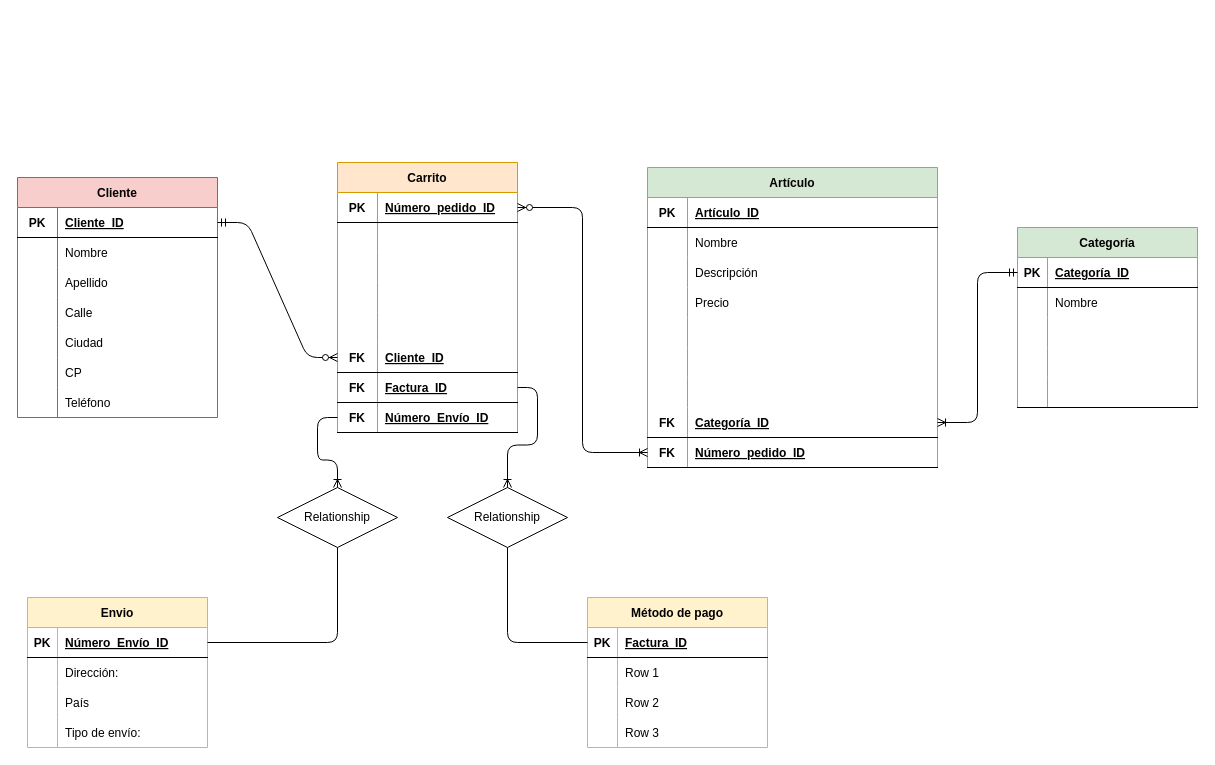
Earlier version of the draw.io diagram Untitled Diagram.drawio (fabrikolof/jap_repository). Source tidied: cells renumbered, new cells numbered last; positions are measured from the earlier drawing's top-left corner, leaving out a move shared by most shapes. Both pictures are drawn from the tidied source at 100%, with x=0, y=0 at pixel (17, 162).
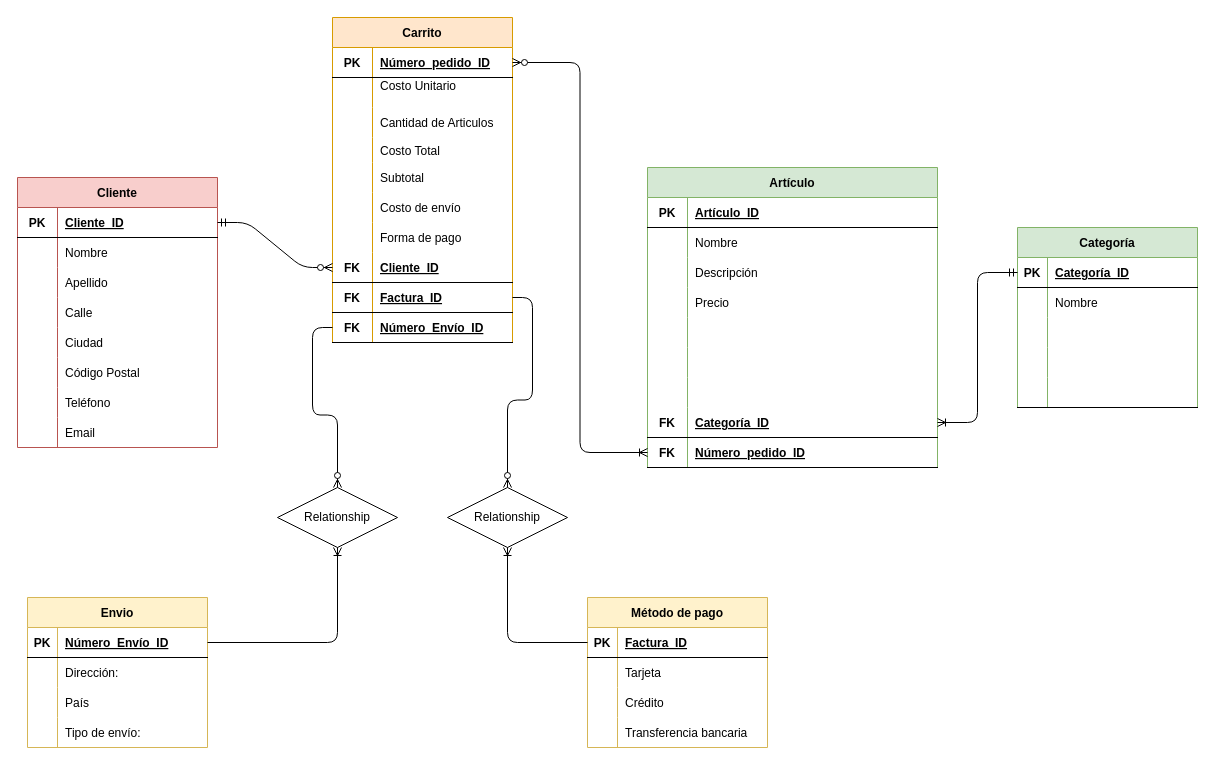
After the change.

Unchanged cells that the change refers to:
```xml
<mxCell id="18" style="shape=partialRectangle;fillColor=none;top=0;left=0;bottom=0;right=0;" parent="2" vertex="1">
  <mxGeometry y="180" width="200" height="30" as="geometry" />
</mxCell>
<mxCell id="56" style="shape=partialRectangle;fillColor=none;top=0;left=0;bottom=0;right=0;" parent="52" vertex="1">
  <mxGeometry y="60" width="180" height="30" as="geometry" />
</mxCell>
<mxCell id="59" style="shape=partialRectangle;fillColor=none;top=0;left=0;bottom=0;right=0;" parent="52" vertex="1">
  <mxGeometry y="90" width="180" height="30" as="geometry" />
</mxCell>
<mxCell id="94" style="shape=partialRectangle;fillColor=none;top=0;left=0;bottom=1;right=0;points=[[0,0.5],[1,0.5]];portConstraint=eastwest;" parent="93" vertex="1">
  <mxGeometry y="30" width="180" height="30" as="geometry" />
</mxCell>
<mxCell id="107" style="shape=partialRectangle;fillColor=none;top=0;left=0;bottom=1;right=0;points=[[0,0.5],[1,0.5]];portConstraint=eastwest;" parent="106" vertex="1">
  <mxGeometry y="30" width="180" height="30" as="geometry" />
</mxCell>
<mxCell id="110" style="shape=partialRectangle;fillColor=none;top=0;left=0;bottom=0;right=0;" parent="106" vertex="1">
  <mxGeometry y="60" width="180" height="30" as="geometry" />
</mxCell>
<mxCell id="113" style="shape=partialRectangle;fillColor=none;top=0;left=0;bottom=0;right=0;" parent="106" vertex="1">
  <mxGeometry y="90" width="180" height="30" as="geometry" />
</mxCell>
<mxCell id="116" style="shape=partialRectangle;fillColor=none;top=0;left=0;bottom=0;right=0;" parent="106" vertex="1">
  <mxGeometry y="120" width="180" height="30" as="geometry" />
</mxCell>
<mxCell id="125" value="Relationship" style="shape=rhombus;perimeter=rhombusPerimeter;whiteSpace=wrap;html=1;align=center;fillColor=none;gradientColor=none;" parent="1" vertex="1">
  <mxGeometry x="430" y="325" width="120" height="60" as="geometry" />
</mxCell>
<mxCell id="127" value="Relationship" style="shape=rhombus;perimeter=rhombusPerimeter;whiteSpace=wrap;html=1;align=center;fillColor=none;gradientColor=none;" parent="1" vertex="1">
  <mxGeometry x="260" y="325" width="120" height="60" as="geometry" />
</mxCell>
```

The edit, as a diff of the source:
```diff
@@
     <mxCell id="2" value="Cliente" style="shape=table;startSize=30;childLayout=tableLayout;rowLines=0;fontStyle=1;align=center;fillColor=#f8cecc;strokeColor=#b85450;" parent="1" vertex="1">
-      <mxGeometry y="15" width="200" height="240" as="geometry" />
+      <mxGeometry y="15" width="200" height="270" as="geometry" />
     </mxCell>
@@
-    <mxCell id="20" value="CP" style="shape=partialRectangle;fillColor=none;top=0;left=0;bottom=0;right=0;align=left;spacingLeft=6;overflow=hidden;" parent="18" vertex="1">
+    <mxCell id="20" value="Código Postal" style="shape=partialRectangle;fillColor=none;top=0;left=0;bottom=0;right=0;align=left;spacingLeft=6;overflow=hidden;" parent="18" vertex="1">
       <mxGeometry x="40" width="160" height="30" as="geometry" />
     </mxCell>
@@
+    <mxCell id="128" style="shape=partialRectangle;fillColor=none;top=0;left=0;bottom=0;right=0;" parent="2" vertex="1">
+      <mxGeometry y="240" width="200" height="30" as="geometry" />
+    </mxCell>
+    <mxCell id="129" style="shape=partialRectangle;fillColor=none;top=0;left=0;bottom=0;right=0;overflow=hidden;" parent="128" vertex="1">
+      <mxGeometry width="40" height="30" as="geometry" />
+    </mxCell>
+    <mxCell id="130" value="Email" style="shape=partialRectangle;fillColor=none;top=0;left=0;bottom=0;right=0;align=left;spacingLeft=6;overflow=hidden;" parent="128" vertex="1">
+      <mxGeometry x="40" width="160" height="30" as="geometry" />
+    </mxCell>
@@
     <mxCell id="52" value="Carrito" style="shape=table;startSize=30;childLayout=tableLayout;rowLines=0;fontStyle=1;align=center;fillColor=#ffe6cc;strokeColor=#d79b00;" parent="1" vertex="1">
-      <mxGeometry x="320" width="180" height="270" as="geometry" />
+      <mxGeometry x="315" y="-145" width="180" height="325" as="geometry" />
     </mxCell>
@@
-    <mxCell id="58" style="shape=partialRectangle;fillColor=none;top=0;left=0;bottom=0;right=0;align=left;spacingLeft=6;overflow=hidden;" parent="56" vertex="1">
+    <mxCell id="58" value="Costo Unitario&#10;" style="shape=partialRectangle;fillColor=none;top=0;left=0;bottom=0;right=0;align=left;spacingLeft=6;overflow=hidden;" parent="56" vertex="1">
       <mxGeometry x="40" width="140" height="30" as="geometry" />
     </mxCell>
@@
-    <mxCell id="61" style="shape=partialRectangle;fillColor=none;top=0;left=0;bottom=0;right=0;align=left;spacingLeft=6;overflow=hidden;" parent="59" vertex="1">
+    <mxCell id="61" value="Cantidad de Articulos" style="shape=partialRectangle;fillColor=none;top=0;left=0;bottom=0;right=0;align=left;spacingLeft=6;overflow=hidden;" parent="59" vertex="1">
       <mxGeometry x="40" width="140" height="30" as="geometry" />
     </mxCell>
     <mxCell id="62" style="shape=partialRectangle;fillColor=none;top=0;left=0;bottom=0;right=0;" parent="52" vertex="1">
-      <mxGeometry y="120" width="180" height="30" as="geometry" />
+      <mxGeometry y="120" width="180" height="25" as="geometry" />
     </mxCell>
     <mxCell id="63" style="shape=partialRectangle;fillColor=none;top=0;left=0;bottom=0;right=0;overflow=hidden;" parent="62" vertex="1">
-      <mxGeometry width="40" height="30" as="geometry" />
+      <mxGeometry width="40" height="25" as="geometry" />
     </mxCell>
-    <mxCell id="64" style="shape=partialRectangle;fillColor=none;top=0;left=0;bottom=0;right=0;align=left;spacingLeft=6;overflow=hidden;" parent="62" vertex="1">
-      <mxGeometry x="40" width="140" height="30" as="geometry" />
+    <mxCell id="64" value="Costo Total" style="shape=partialRectangle;fillColor=none;top=0;left=0;bottom=0;right=0;align=left;spacingLeft=6;overflow=hidden;" parent="62" vertex="1">
+      <mxGeometry x="40" width="140" height="25" as="geometry" />
     </mxCell>
+    <mxCell id="131" style="shape=partialRectangle;fillColor=none;top=0;left=0;bottom=0;right=0;" parent="52" vertex="1">
+      <mxGeometry y="145" width="180" height="30" as="geometry" />
+    </mxCell>
+    <mxCell id="132" style="shape=partialRectangle;fillColor=none;top=0;left=0;bottom=0;right=0;overflow=hidden;" parent="131" vertex="1">
+      <mxGeometry width="40" height="30" as="geometry" />
+    </mxCell>
+    <mxCell id="133" value="Subtotal" style="shape=partialRectangle;fillColor=none;top=0;left=0;bottom=0;right=0;align=left;spacingLeft=6;overflow=hidden;" parent="131" vertex="1">
+      <mxGeometry x="40" width="140" height="30" as="geometry" />
+    </mxCell>
     <mxCell id="65" style="shape=partialRectangle;fillColor=none;top=0;left=0;bottom=0;right=0;" parent="52" vertex="1">
-      <mxGeometry y="150" width="180" height="30" as="geometry" />
+      <mxGeometry y="175" width="180" height="30" as="geometry" />
     </mxCell>
@@
-    <mxCell id="67" style="shape=partialRectangle;fillColor=none;top=0;left=0;bottom=0;right=0;align=left;spacingLeft=6;overflow=hidden;" parent="65" vertex="1">
+    <mxCell id="67" value="Costo de envío" style="shape=partialRectangle;fillColor=none;top=0;left=0;bottom=0;right=0;align=left;spacingLeft=6;overflow=hidden;" parent="65" vertex="1">
       <mxGeometry x="40" width="140" height="30" as="geometry" />
     </mxCell>
+    <mxCell id="134" style="shape=partialRectangle;fillColor=none;top=0;left=0;bottom=0;right=0;" parent="52" vertex="1">
+      <mxGeometry y="205" width="180" height="30" as="geometry" />
+    </mxCell>
+    <mxCell id="135" style="shape=partialRectangle;fillColor=none;top=0;left=0;bottom=0;right=0;overflow=hidden;" parent="134" vertex="1">
+      <mxGeometry width="40" height="30" as="geometry" />
+    </mxCell>
+    <mxCell id="136" value="Forma de pago" style="shape=partialRectangle;fillColor=none;top=0;left=0;bottom=0;right=0;align=left;spacingLeft=6;overflow=hidden;" parent="134" vertex="1">
+      <mxGeometry x="40" width="140" height="30" as="geometry" />
+    </mxCell>
     <mxCell id="68" style="shape=partialRectangle;fillColor=none;top=0;left=0;bottom=1;right=0;points=[[0,0.5],[1,0.5]];portConstraint=eastwest;" parent="52" vertex="1">
-      <mxGeometry y="180" width="180" height="30" as="geometry" />
+      <mxGeometry y="235" width="180" height="30" as="geometry" />
     </mxCell>
@@
     <mxCell id="71" style="shape=partialRectangle;fillColor=none;top=0;left=0;bottom=1;right=0;points=[[0,0.5],[1,0.5]];portConstraint=eastwest;" parent="52" vertex="1">
-      <mxGeometry y="210" width="180" height="30" as="geometry" />
+      <mxGeometry y="265" width="180" height="30" as="geometry" />
     </mxCell>
@@
     <mxCell id="74" style="shape=partialRectangle;fillColor=none;top=0;left=0;bottom=1;right=0;points=[[0,0.5],[1,0.5]];portConstraint=eastwest;" parent="52" vertex="1">
-      <mxGeometry y="240" width="180" height="30" as="geometry" />
+      <mxGeometry y="295" width="180" height="30" as="geometry" />
     </mxCell>
@@
-    <mxCell id="112" value="Row 1" style="shape=partialRectangle;fillColor=none;top=0;left=0;bottom=0;right=0;align=left;spacingLeft=6;overflow=hidden;" parent="110" vertex="1">
+    <mxCell id="112" value="Tarjeta" style="shape=partialRectangle;fillColor=none;top=0;left=0;bottom=0;right=0;align=left;spacingLeft=6;overflow=hidden;" parent="110" vertex="1">
       <mxGeometry x="30" width="150" height="30" as="geometry" />
     </mxCell>
@@
-    <mxCell id="115" value="Row 2" style="shape=partialRectangle;fillColor=none;top=0;left=0;bottom=0;right=0;align=left;spacingLeft=6;overflow=hidden;" parent="113" vertex="1">
+    <mxCell id="115" value="Crédito" style="shape=partialRectangle;fillColor=none;top=0;left=0;bottom=0;right=0;align=left;spacingLeft=6;overflow=hidden;" parent="113" vertex="1">
       <mxGeometry x="30" width="150" height="30" as="geometry" />
     </mxCell>
@@
-    <mxCell id="118" value="Row 3" style="shape=partialRectangle;fillColor=none;top=0;left=0;bottom=0;right=0;align=left;spacingLeft=6;overflow=hidden;" parent="116" vertex="1">
+    <mxCell id="118" value="Transferencia bancaria" style="shape=partialRectangle;fillColor=none;top=0;left=0;bottom=0;right=0;align=left;spacingLeft=6;overflow=hidden;" parent="116" vertex="1">
       <mxGeometry x="30" width="150" height="30" as="geometry" />
     </mxCell>
@@
-    <mxCell id="122" style="edgeStyle=orthogonalEdgeStyle;rounded=1;jettySize=auto;html=1;startArrow=none;startFill=0;endArrow=none;endFill=0;entryX=0.5;entryY=1;entryDx=0;entryDy=0;" parent="1" edge="1" source="94" target="127">
+    <mxCell id="122" style="edgeStyle=orthogonalEdgeStyle;rounded=1;jettySize=auto;html=1;startArrow=none;startFill=0;endArrow=ERoneToMany;endFill=0;entryX=0.5;entryY=1;entryDx=0;entryDy=0;" parent="1" edge="1" source="94" target="127">
       <mxGeometry relative="1" as="geometry" />
     </mxCell>
-    <mxCell id="123" style="edgeStyle=orthogonalEdgeStyle;rounded=1;jettySize=auto;html=1;startArrow=none;startFill=0;endArrow=none;endFill=0;entryX=0.5;entryY=1;entryDx=0;entryDy=0;" parent="1" edge="1" source="107" target="125">
+    <mxCell id="123" style="edgeStyle=orthogonalEdgeStyle;rounded=1;jettySize=auto;html=1;startArrow=none;startFill=0;endArrow=ERoneToMany;endFill=0;entryX=0.5;entryY=1;entryDx=0;entryDy=0;" parent="1" edge="1" source="107" target="125">
       <mxGeometry relative="1" as="geometry" />
     </mxCell>
-    <mxCell id="124" style="edgeStyle=orthogonalEdgeStyle;rounded=1;jettySize=auto;html=1;startArrow=ERoneToMany;startFill=0;endArrow=none;endFill=0;" parent="1" edge="1" source="125" target="71">
+    <mxCell id="124" style="edgeStyle=orthogonalEdgeStyle;rounded=1;jettySize=auto;html=1;startArrow=ERzeroToMany;startFill=1;endArrow=none;endFill=0;" parent="1" edge="1" source="125" target="71">
       <mxGeometry relative="1" as="geometry" />
     </mxCell>
@@
-    <mxCell id="126" style="edgeStyle=orthogonalEdgeStyle;rounded=1;jettySize=auto;html=1;entryX=0;entryY=0.5;entryDx=0;entryDy=0;startArrow=ERoneToMany;startFill=0;endArrow=none;endFill=0;" parent="1" edge="1" source="127" target="74">
+    <mxCell id="126" style="edgeStyle=orthogonalEdgeStyle;rounded=1;jettySize=auto;html=1;entryX=0;entryY=0.5;entryDx=0;entryDy=0;startArrow=ERzeroToMany;startFill=1;endArrow=none;endFill=0;" parent="1" edge="1" source="127" target="74">
       <mxGeometry relative="1" as="geometry" />
     </mxCell>
```
